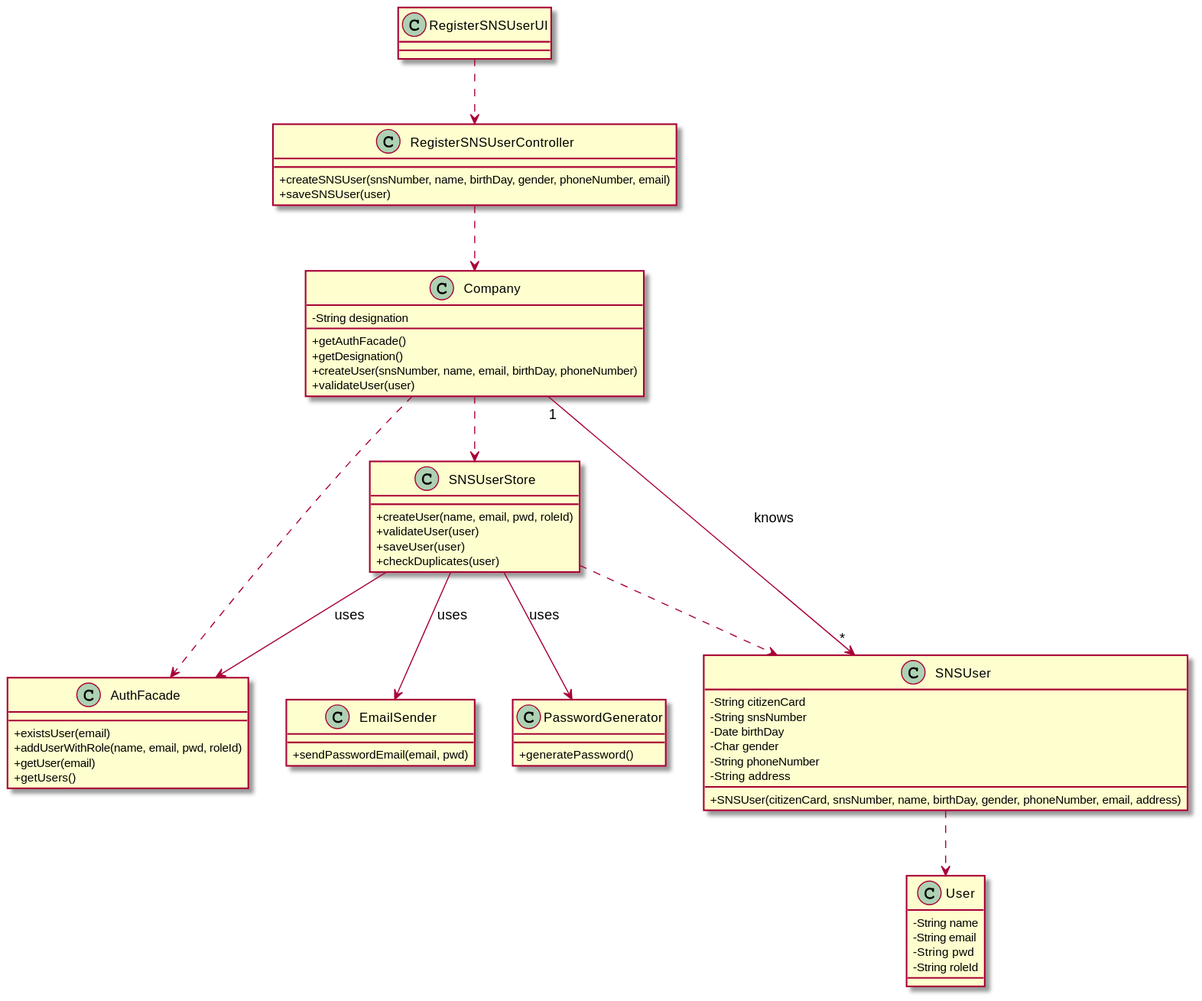
Earlier version of the PlantUML export docs/SprintC/US03/CD/US03_CD.svg (miseEnPlace-i/lapr2).
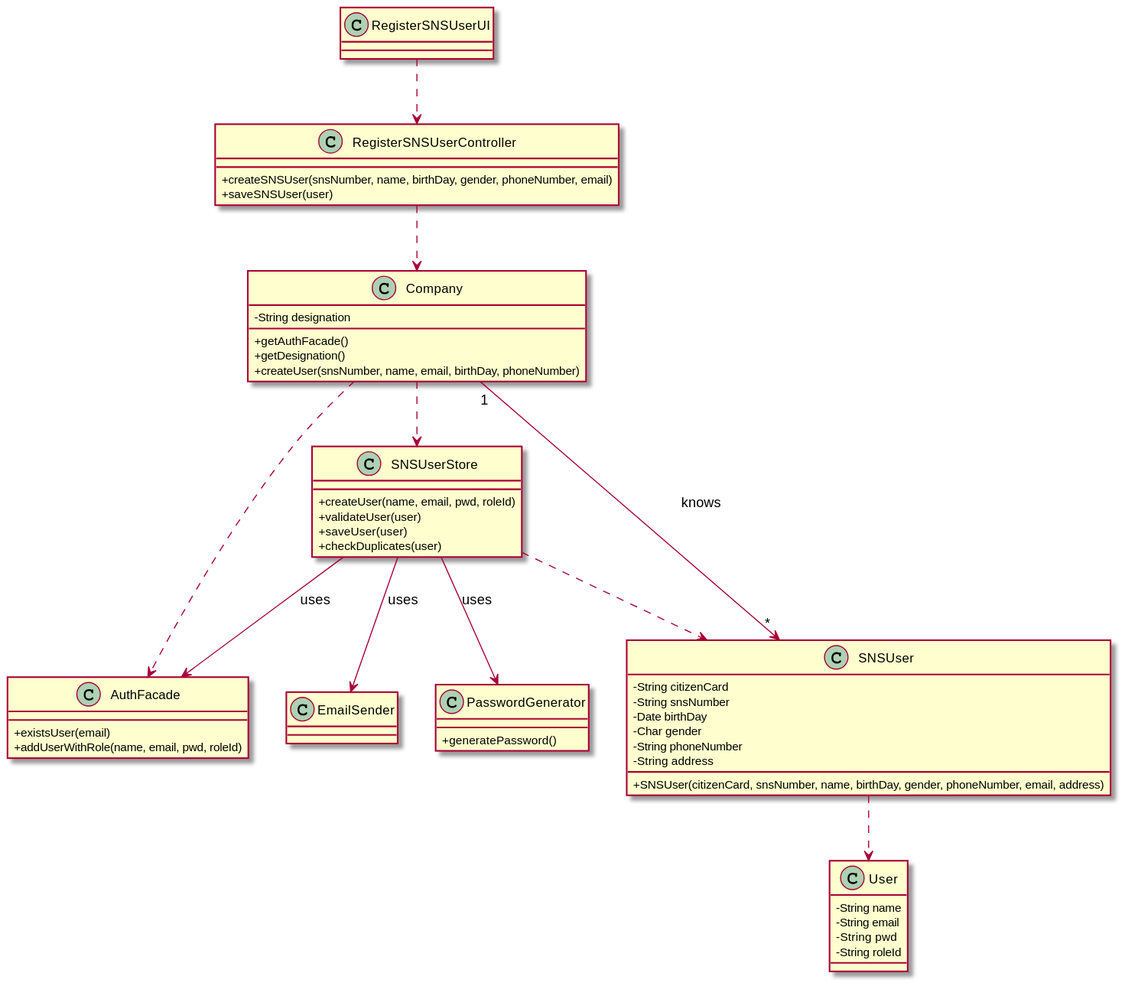
The same diagram one commit later.

Diff of the diagram source:
```diff
@@ -1,11 +1,9 @@
-@startuml Class Diagram
+@startuml US03_CD
 skinparam classAttributeIconSize 0
 
 class AuthFacade {
   + existsUser(email)
   + addUserWithRole(name, email, pwd, roleId)
-  + getUser(email)
-  + getUsers()
 }
 
 class Company {
@@ -13,7 +11,6 @@
   + getAuthFacade()
   + getDesignation()
   + createUser(snsNumber, name, email, birthDay, phoneNumber)
-  + validateUser(user)
 }
 
 class RegisterSNSUserController {
@@ -51,9 +48,7 @@
   + generatePassword()
 }
 
-class EmailSender {
-  + sendPasswordEmail(email, pwd)
-}
+class EmailSender {}
 
 
 Company ..> SNSUserStore
```
